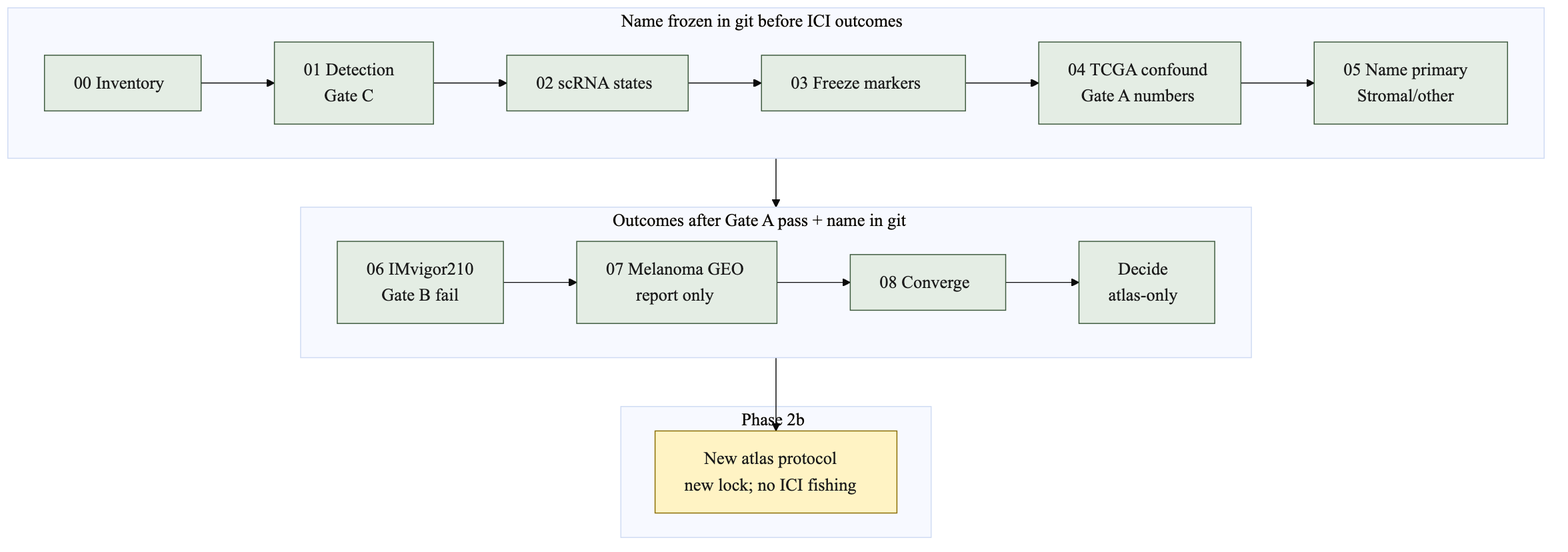
Earlier version of the Mermaid export docs/diagrams/scendo-units.png (cauld/scendo). Its source is kept beside it as docs/diagrams/scendo-units.mmd.
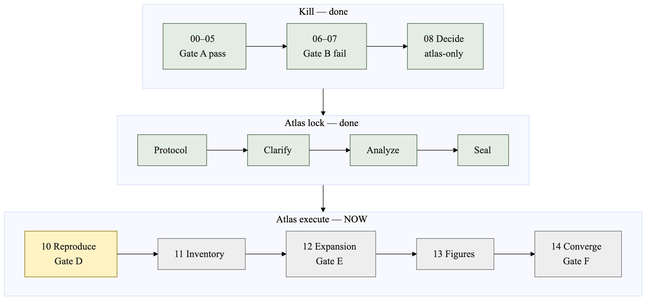
After the commit.

What changed in the source:
```diff
@@ -1,30 +1,32 @@
 %%{init: {"theme": "base", "themeVariables": {"fontSize": "18px", "fontFamily": "Helvetica, Arial, sans-serif"}} }%%
 flowchart TB
-  subgraph before["Name frozen in git before ICI outcomes"]
+  subgraph kill["Kill — done"]
     direction LR
-    U00["00 Inventory"] --> U01["01 Detection<br/>Gate C"]
-    U01 --> U02["02 scRNA states"]
-    U02 --> U03["03 Freeze markers"]
-    U03 --> U04["04 TCGA confound<br/>Gate A numbers"]
-    U04 --> U05["05 Name primary<br/>Stromal/other"]
+    U00["00–05<br/>Gate A pass"] --> U06["06–07<br/>Gate B fail"]
+    U06 --> U08["08 Decide<br/>atlas-only"]
   end
 
-  subgraph after["Outcomes after Gate A pass + name in git"]
+  subgraph lock["Atlas lock — done"]
     direction LR
-    U06["06 IMvigor210<br/>Gate B fail"] --> U07["07 Melanoma GEO<br/>report only"]
-    U07 --> U08["08 Converge"]
-    U08 --> D["Decide<br/>atlas-only"]
+    PR["Protocol"] --> CL["Clarify"]
+    CL --> AN["Analyze"]
+    AN --> SE["Seal"]
   end
 
-  subgraph next["Phase 2b"]
-    P["New atlas protocol<br/>new lock; no ICI fishing"]
+  subgraph run["Atlas execute — NOW"]
+    direction LR
+    U10["10 Reproduce<br/>Gate D"] --> U11["11 Inventory"]
+    U11 --> U12["12 Expansion<br/>Gate E"]
+    U12 --> U13["13 Figures"]
+    U13 --> U14["14 Converge<br/>Gate F"]
   end
 
-  U05 --> U06
-  D --> P
+  U08 --> PR
+  SE --> U10
 
   classDef done fill:#E4EDE4,stroke:#3D5A3D,color:#1A1A1A
   classDef now fill:#FFF3C4,stroke:#8A6D00,color:#1A1A1A
   classDef later fill:#EEEEEE,stroke:#666666,color:#1A1A1A
-  class U00,U01,U02,U03,U04,U05,U06,U07,U08,D done
-  class P now
+  class U00,U06,U08,PR,CL,AN,SE done
+  class U10 now
+  class U11,U12,U13,U14 later
```
